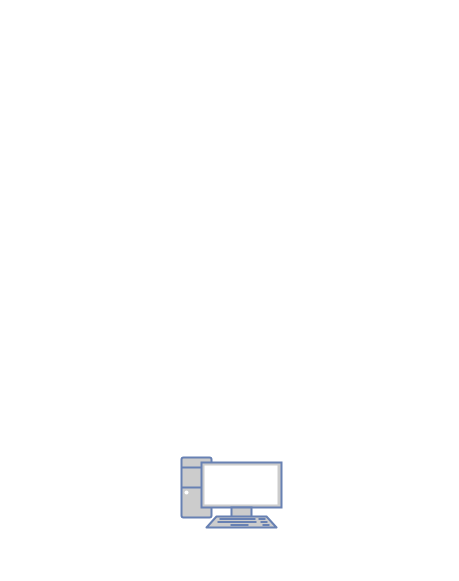
This is SOC Automation Project.drawio from kalenthedon/Detection-Lab, a draw.io file, before an edit. Source tidied: cells renumbered, new cells numbered last; positions are measured from the earlier drawing's top-left corner, leaving out a move shared by most shapes. Both pictures are drawn from the tidied source at 100%, with x=0, y=0 at pixel (181, 457).
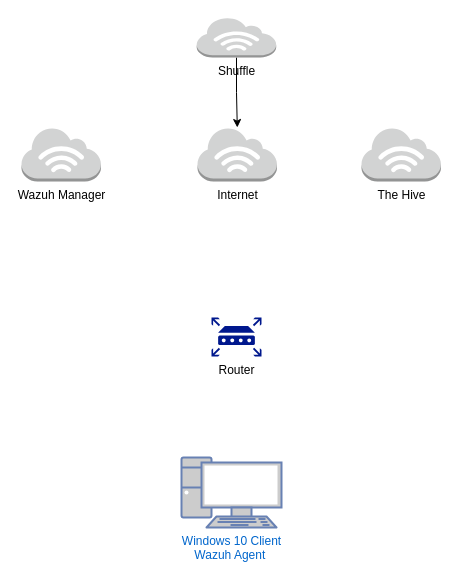
The same page after the edit.

The edit, as a diff of the source:
```diff
@@
 <mxGraphModel>
   <root>
     <mxCell id="0" />
     <mxCell id="1" parent="0" />
-    <mxCell id="2" style="fontColor=#0066CC;verticalAlign=top;verticalLabelPosition=bottom;labelPosition=center;align=center;html=1;fillColor=#CCCCCC;strokeColor=#6881B3;gradientColor=none;gradientDirection=north;strokeWidth=2;shape=mxgraph.networks.pc;" parent="1" vertex="1">
+    <mxCell id="2" value="Windows 10 Client&lt;div&gt;Wazuh Agent&amp;nbsp;&lt;/div&gt;" style="fontColor=#0066CC;verticalAlign=top;verticalLabelPosition=bottom;labelPosition=center;align=center;html=1;fillColor=#CCCCCC;strokeColor=#6881B3;gradientColor=none;gradientDirection=north;strokeWidth=2;shape=mxgraph.networks.pc;" parent="1" vertex="1">
       <mxGeometry width="100" height="70" as="geometry" />
     </mxCell>
+    <mxCell id="3" value="Router" style="sketch=0;shadow=0;dashed=0;html=1;strokeColor=none;labelPosition=center;verticalLabelPosition=bottom;verticalAlign=top;align=center;fillColor=#00188D;shape=mxgraph.mscae.enterprise.router;" parent="1" vertex="1">
+      <mxGeometry x="30" y="-140" width="50" height="39" as="geometry" />
+    </mxCell>
+    <mxCell id="4" value="Internet&lt;div&gt;&lt;br&gt;&lt;/div&gt;" style="outlineConnect=0;dashed=0;verticalLabelPosition=bottom;verticalAlign=top;align=center;html=1;shape=mxgraph.aws3.internet_3;fillColor=#D2D3D3;gradientColor=none;" parent="1" vertex="1">
+      <mxGeometry x="16" y="-330" width="79.5" height="54" as="geometry" />
+    </mxCell>
+    <mxCell id="5" value="&lt;div&gt;Wazuh Manager&lt;/div&gt;&lt;div&gt;&lt;br&gt;&lt;/div&gt;" style="dashed=0;verticalLabelPosition=bottom;verticalAlign=top;align=center;html=1;shape=mxgraph.aws3.internet_3;fillColor=#D2D3D3;gradientColor=none;" parent="1" vertex="1">
+      <mxGeometry x="-160" y="-330" width="79.5" height="54" as="geometry" />
+    </mxCell>
+    <mxCell id="6" value="The Hive&lt;div&gt;&lt;br&gt;&lt;/div&gt;" style="dashed=0;verticalLabelPosition=bottom;verticalAlign=top;align=center;html=1;shape=mxgraph.aws3.internet_3;fillColor=#D2D3D3;gradientColor=none;" parent="1" vertex="1">
+      <mxGeometry x="180" y="-330" width="79.5" height="54" as="geometry" />
+    </mxCell>
+    <mxCell id="7" style="edgeStyle=orthogonalEdgeStyle;rounded=0;jettySize=auto;html=1;" parent="1" edge="1" source="8" target="4">
+      <mxGeometry relative="1" as="geometry" />
+    </mxCell>
+    <mxCell id="8" value="&lt;div&gt;Shuffle&lt;/div&gt;&lt;div&gt;&lt;br&gt;&lt;/div&gt;" style="outlineConnect=0;dashed=0;verticalLabelPosition=bottom;verticalAlign=top;align=center;html=1;shape=mxgraph.aws3.internet_3;fillColor=#D2D3D3;gradientColor=none;" parent="1" vertex="1">
+      <mxGeometry x="15.2" y="-440" width="79.5" height="40" as="geometry" />
+    </mxCell>
   </root>
 </mxGraphModel>
```
